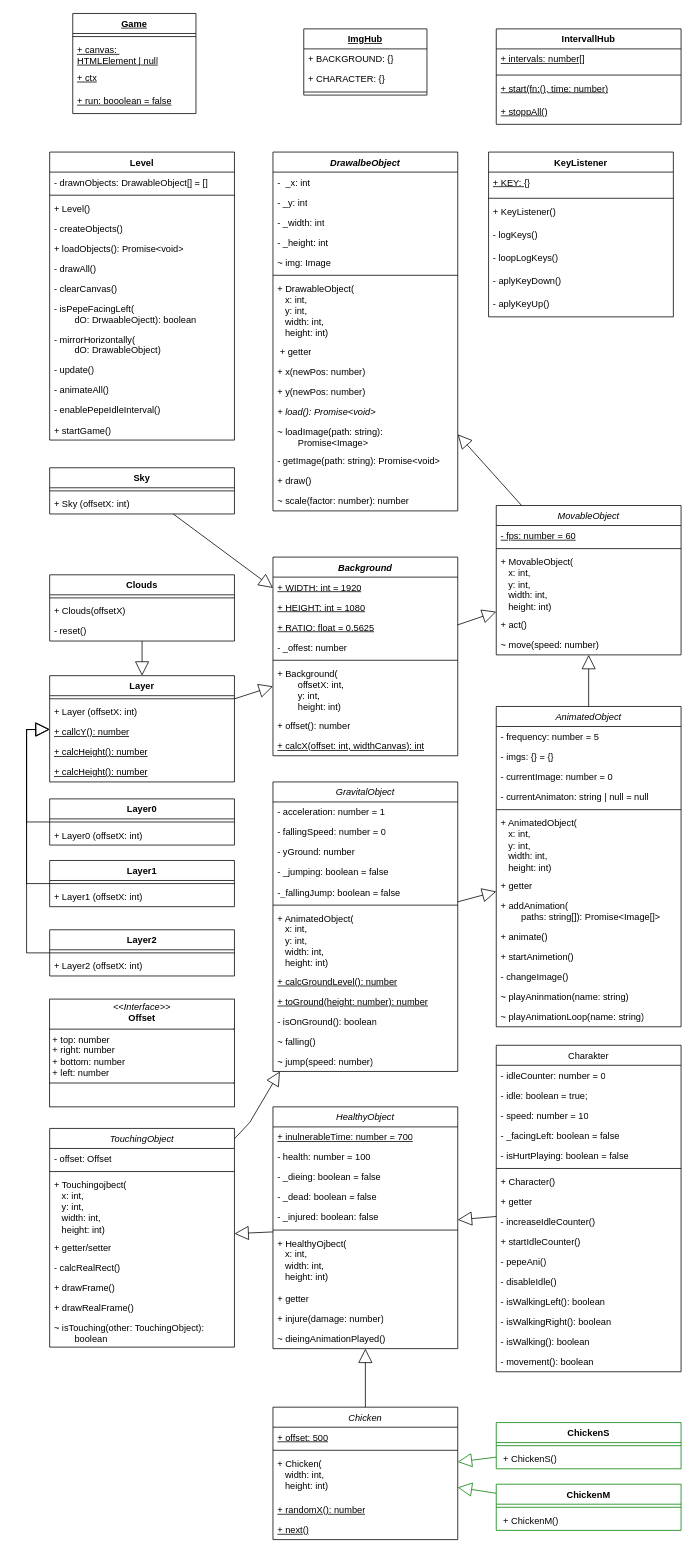
The draw.io diagram docs/classes.drawio in elma1989/el-pollo-loco, before the edit. Source tidied: cells renumbered, new cells numbered last; positions are measured from the earlier drawing's top-left corner, leaving out a move shared by most shapes. Both pictures are drawn from the tidied source at 77%, with x=0, y=0 at pixel (26, 13).
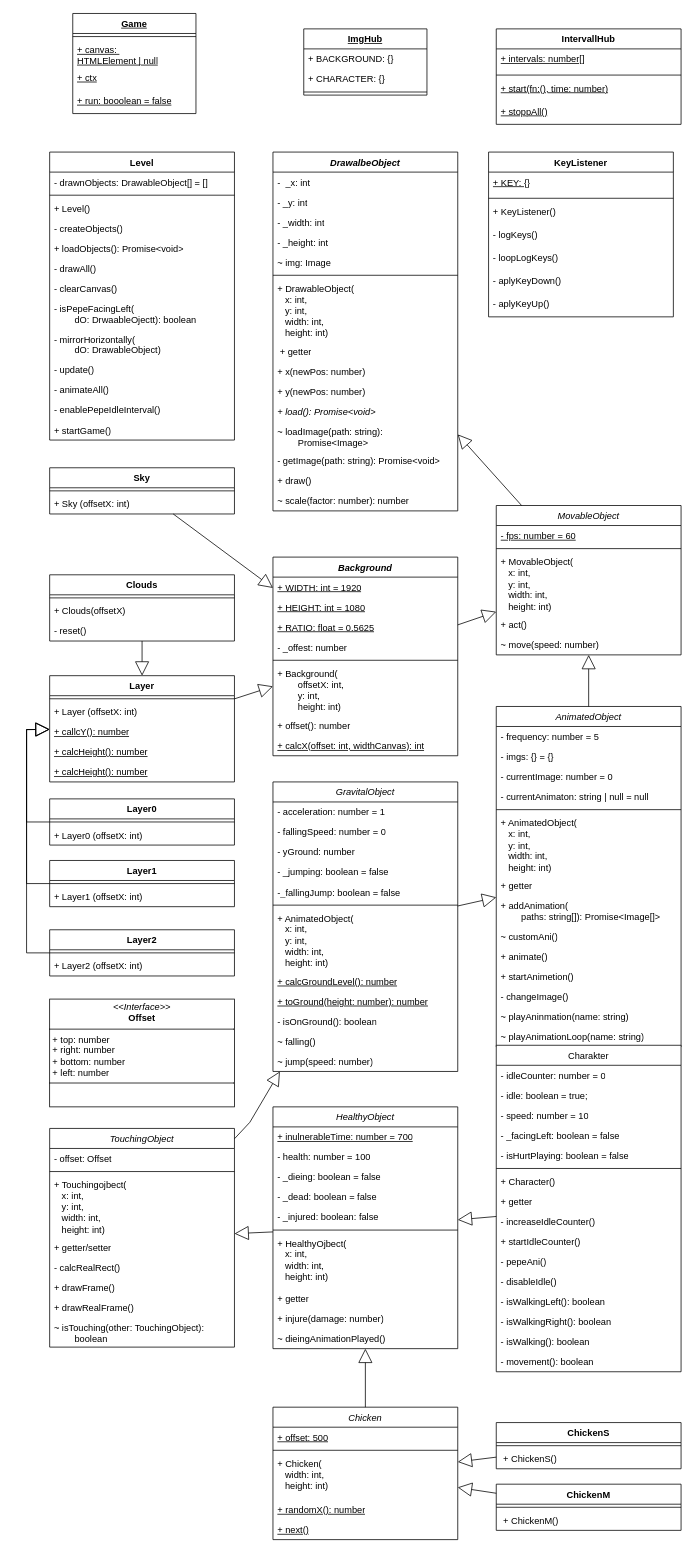
After the change.

The change refers to these unchanged cells:
```xml
<mxCell id="169" value="Chicken" style="swimlane;align=center;verticalAlign=top;horizontal=1;startSize=26;whiteSpace=wrap;html=1;strokeColor=default;fontStyle=2;fontColor=default;" parent="1" vertex="1">
  <mxGeometry x="320" y="1810" width="240" height="172" as="geometry" />
</mxCell>
```

What changed in the source:
```diff
@@
     <mxCell id="91" value="AnimatedObject" style="swimlane;align=center;verticalAlign=top;horizontal=1;startSize=26;whiteSpace=wrap;html=1;strokeColor=default;fontStyle=2;" parent="1" vertex="1">
-      <mxGeometry x="610" y="900" width="240" height="416" as="geometry" />
+      <mxGeometry x="610" y="900" width="240" height="442" as="geometry" />
     </mxCell>
@@
+    <mxCell id="185" value="~ customAni()" style="text;strokeColor=none;fillColor=none;align=left;verticalAlign=top;spacingLeft=4;spacingRight=4;overflow=hidden;whiteSpace=wrap;html=1;fontStyle=0;" parent="91" vertex="1">
+      <mxGeometry y="286" width="240" height="26" as="geometry" />
+    </mxCell>
     <mxCell id="100" value="+ animate()" style="text;strokeColor=none;fillColor=none;align=left;verticalAlign=top;spacingLeft=4;spacingRight=4;overflow=hidden;whiteSpace=wrap;html=1;fontStyle=0;" parent="91" vertex="1">
-      <mxGeometry y="286" width="240" height="26" as="geometry" />
+      <mxGeometry y="312" width="240" height="26" as="geometry" />
     </mxCell>
     <mxCell id="101" value="+ startAnimetion()" style="text;strokeColor=none;fillColor=none;align=left;verticalAlign=top;spacingLeft=4;spacingRight=4;overflow=hidden;whiteSpace=wrap;html=1;fontStyle=0;" parent="91" vertex="1">
-      <mxGeometry y="312" width="240" height="26" as="geometry" />
+      <mxGeometry y="338" width="240" height="26" as="geometry" />
     </mxCell>
     <mxCell id="102" value="- changeImage()" style="text;strokeColor=none;fillColor=none;align=left;verticalAlign=top;spacingLeft=4;spacingRight=4;overflow=hidden;whiteSpace=wrap;html=1;fontStyle=0;" parent="91" vertex="1">
-      <mxGeometry y="338" width="240" height="26" as="geometry" />
+      <mxGeometry y="364" width="240" height="26" as="geometry" />
     </mxCell>
     <mxCell id="103" value="~ playAninmation(name: string)" style="text;strokeColor=none;fillColor=none;align=left;verticalAlign=top;spacingLeft=4;spacingRight=4;overflow=hidden;whiteSpace=wrap;html=1;fontStyle=0;" parent="91" vertex="1">
-      <mxGeometry y="364" width="240" height="26" as="geometry" />
+      <mxGeometry y="390" width="240" height="26" as="geometry" />
     </mxCell>
     <mxCell id="104" value="~ playAnimationLoop(name: string)" style="text;strokeColor=none;fillColor=none;align=left;verticalAlign=top;spacingLeft=4;spacingRight=4;overflow=hidden;whiteSpace=wrap;html=1;fontStyle=0;" parent="91" vertex="1">
-      <mxGeometry y="390" width="240" height="26" as="geometry" />
+      <mxGeometry y="416" width="240" height="26" as="geometry" />
     </mxCell>
@@
-    <mxCell id="177" value="ChickenS" style="swimlane;align=center;verticalAlign=top;horizontal=1;startSize=26;whiteSpace=wrap;html=1;strokeColor=light-dark(#008000,#80FF80);fontStyle=1;fontColor=default;" parent="1" vertex="1">
+    <mxCell id="177" value="ChickenS" style="swimlane;align=center;verticalAlign=top;horizontal=1;startSize=26;whiteSpace=wrap;html=1;strokeColor=default;fontStyle=1;fontColor=default;" parent="1" vertex="1">
       <mxGeometry x="610" y="1830" width="240" height="60" as="geometry" />
     </mxCell>
@@
-    <mxCell id="180" value="ChickenM" style="swimlane;align=center;verticalAlign=top;horizontal=1;startSize=26;whiteSpace=wrap;html=1;strokeColor=light-dark(#008000,#80FF80);fontStyle=1;fontColor=default;" parent="1" vertex="1">
+    <mxCell id="180" value="ChickenM" style="swimlane;align=center;verticalAlign=top;horizontal=1;startSize=26;whiteSpace=wrap;html=1;strokeColor=default;fontStyle=1;fontColor=default;" parent="1" vertex="1">
       <mxGeometry x="610" y="1910" width="240" height="60" as="geometry" />
     </mxCell>
@@
-    <mxCell id="183" style="endArrow=block;endSize=16;endFill=0;html=1;rounded=0;strokeColor=light-dark(#008000,#80FF80);" parent="1" edge="1" source="177" target="169">
+    <mxCell id="183" style="endArrow=block;endSize=16;endFill=0;html=1;rounded=0;strokeColor=default;" parent="1" edge="1" source="177" target="169">
       <mxGeometry relative="1" as="geometry" />
     </mxCell>
-    <mxCell id="184" style="endArrow=block;endSize=16;endFill=0;html=1;rounded=0;strokeColor=light-dark(#008000,#80FF80);" parent="1" edge="1" source="180" target="169">
+    <mxCell id="184" style="endArrow=block;endSize=16;endFill=0;html=1;rounded=0;strokeColor=default;" parent="1" edge="1" source="180" target="169">
       <mxGeometry relative="1" as="geometry" />
     </mxCell>
```
